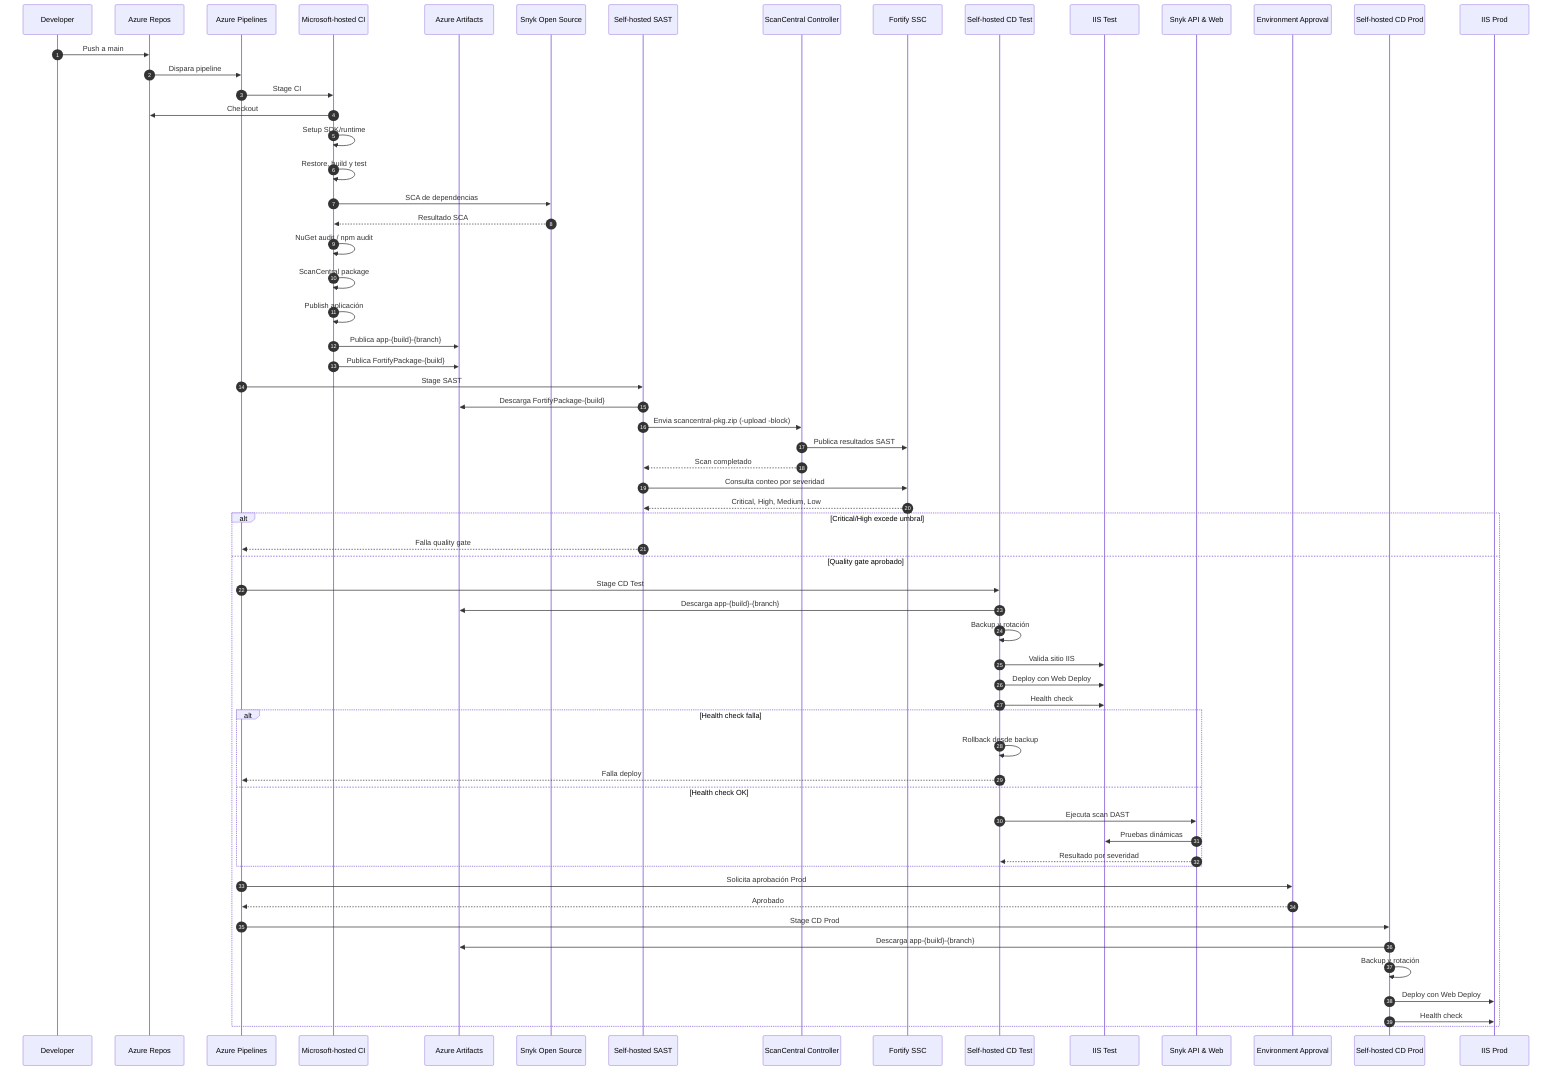
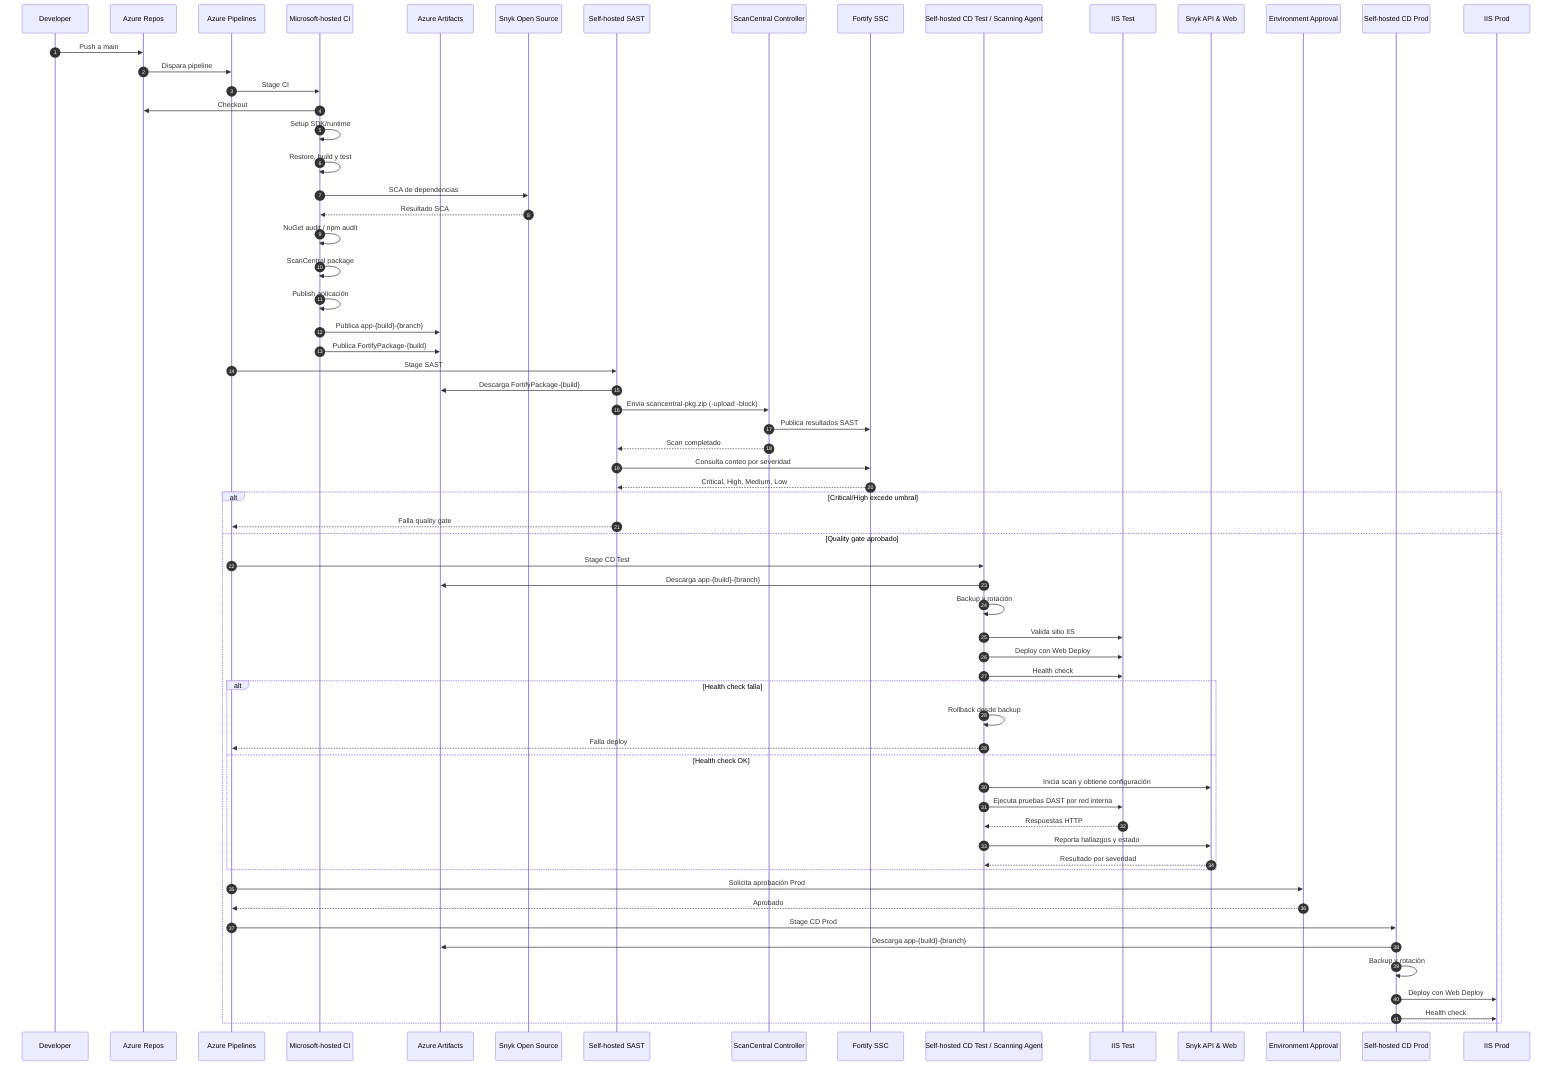
sequenceDiagram
    autonumber

    participant Dev as Developer
    participant Repo as Azure Repos
    participant Pipe as Azure Pipelines
    participant CI as Microsoft-hosted CI
    participant Art as Azure Artifacts
    participant Snyk as Snyk Open Source
    participant SAST as Self-hosted SAST
    participant SC as ScanCentral Controller
    participant SSC as Fortify SSC
-     participant CDTest as Self-hosted CD Test
+     participant CDTest as Self-hosted CD Test / Scanning Agent
    participant IISTest as IIS Test
    participant DAST as Snyk API & Web
    participant Approver as Environment Approval
    participant CDProd as Self-hosted CD Prod
    participant IISProd as IIS Prod

    Dev->>Repo: Push a main
    Repo->>Pipe: Dispara pipeline

    Pipe->>CI: Stage CI
    CI->>Repo: Checkout
    CI->>CI: Setup SDK/runtime
    CI->>CI: Restore, build y test
    CI->>Snyk: SCA de dependencias
    Snyk-->>CI: Resultado SCA
    CI->>CI: NuGet audit / npm audit
    CI->>CI: ScanCentral package
    CI->>CI: Publish aplicación
    CI->>Art: Publica app-{build}-{branch}
    CI->>Art: Publica FortifyPackage-{build}

    Pipe->>SAST: Stage SAST
    SAST->>Art: Descarga FortifyPackage-{build}
    SAST->>SC: Envia scancentral-pkg.zip (-upload -block)
    SC->>SSC: Publica resultados SAST
    SC-->>SAST: Scan completado
    SAST->>SSC: Consulta conteo por severidad
    SSC-->>SAST: Critical, High, Medium, Low

    alt Critical/High excede umbral
        SAST-->>Pipe: Falla quality gate
    else Quality gate aprobado
        Pipe->>CDTest: Stage CD Test
        CDTest->>Art: Descarga app-{build}-{branch}
        CDTest->>CDTest: Backup y rotación
        CDTest->>IISTest: Valida sitio IIS
        CDTest->>IISTest: Deploy con Web Deploy
        CDTest->>IISTest: Health check

        alt Health check falla
            CDTest->>CDTest: Rollback desde backup
            CDTest-->>Pipe: Falla deploy
        else Health check OK
-             CDTest->>DAST: Ejecuta scan DAST
-             DAST->>IISTest: Pruebas dinámicas
+             CDTest->>DAST: Inicia scan y obtiene configuración
+             CDTest->>IISTest: Ejecuta pruebas DAST por red interna
+             IISTest-->>CDTest: Respuestas HTTP
+             CDTest->>DAST: Reporta hallazgos y estado
            DAST-->>CDTest: Resultado por severidad
        end

        Pipe->>Approver: Solicita aprobación Prod
        Approver-->>Pipe: Aprobado
        Pipe->>CDProd: Stage CD Prod
        CDProd->>Art: Descarga app-{build}-{branch}
        CDProd->>CDProd: Backup y rotación
        CDProd->>IISProd: Deploy con Web Deploy
        CDProd->>IISProd: Health check
    end
